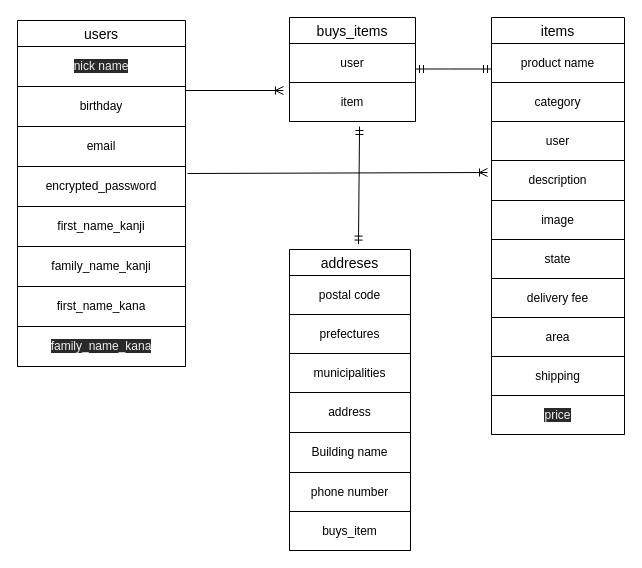
Before: db.dio in Toya32/furima-31907, a draw.io diagram. Source tidied: cells renumbered, new cells numbered last; positions are measured from the earlier drawing's top-left corner, leaving out a move shared by most shapes. Both pictures are drawn from the tidied source at 100%, with x=0, y=0 at pixel (17, 17).
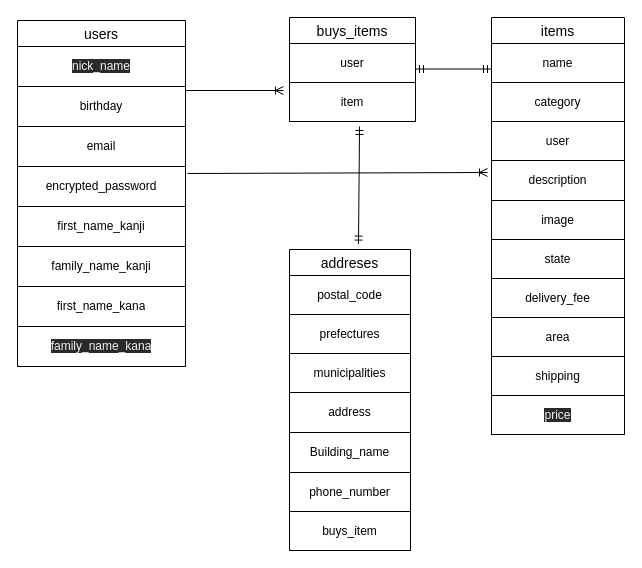
The same page after the edit.

Unchanged cells that the change refers to:
```xml
<mxCell id="5" style="shape=partialRectangle;html=1;whiteSpace=wrap;fillColor=none;top=0;left=0;bottom=0;right=0;" parent="4" vertex="1">
  <mxGeometry width="168" height="40" as="geometry" />
</mxCell>
<mxCell id="23" style="shape=partialRectangle;html=1;whiteSpace=wrap;fillColor=none;top=0;left=0;bottom=0;right=0;" parent="22" vertex="1">
  <mxGeometry width="121" height="39" as="geometry" />
</mxCell>
<mxCell id="31" style="shape=partialRectangle;html=1;whiteSpace=wrap;fillColor=none;top=0;left=0;bottom=0;right=0;" parent="22" vertex="1">
  <mxGeometry y="157" width="121" height="40" as="geometry" />
</mxCell>
<mxCell id="33" style="shape=partialRectangle;html=1;whiteSpace=wrap;fillColor=none;top=0;left=0;bottom=0;right=0;" parent="22" vertex="1">
  <mxGeometry y="197" width="121" height="39" as="geometry" />
</mxCell>
<mxCell id="39" style="shape=partialRectangle;html=1;whiteSpace=wrap;fillColor=none;top=0;left=0;bottom=0;right=0;" parent="38" vertex="1">
  <mxGeometry width="133" height="39" as="geometry" />
</mxCell>
<mxCell id="51" style="shape=partialRectangle;html=1;whiteSpace=wrap;fillColor=none;top=0;left=0;bottom=0;right=0;" parent="38" vertex="1">
  <mxGeometry y="235" width="133" height="39" as="geometry" />
</mxCell>
```

Change to the diagram source:
```diff
@@
-    <mxCell id="6" value="&lt;span style=&quot;color: rgb(240 , 240 , 240) ; font-family: &amp;#34;helvetica&amp;#34; ; font-size: 12px ; font-style: normal ; font-weight: 400 ; letter-spacing: normal ; text-align: left ; text-indent: 0px ; text-transform: none ; word-spacing: 0px ; background-color: rgb(42 , 42 , 42) ; display: inline ; float: none&quot;&gt;nick name&lt;/span&gt;" style="shape=partialRectangle;html=1;whiteSpace=wrap;overflow=hidden;fillColor=none;top=0;left=0;bottom=0;right=0;" parent="5" vertex="1">
+    <mxCell id="6" value="&lt;span style=&quot;color: rgb(240 , 240 , 240) ; font-family: &amp;#34;helvetica&amp;#34; ; font-size: 12px ; font-style: normal ; font-weight: 400 ; letter-spacing: normal ; text-align: left ; text-indent: 0px ; text-transform: none ; word-spacing: 0px ; background-color: rgb(42 , 42 , 42) ; display: inline ; float: none&quot;&gt;nick_name&lt;/span&gt;" style="shape=partialRectangle;html=1;whiteSpace=wrap;overflow=hidden;fillColor=none;top=0;left=0;bottom=0;right=0;" parent="5" vertex="1">
       <mxGeometry width="168" height="40" as="geometry" />
     </mxCell>
@@
-    <mxCell id="24" value="postal code" style="shape=partialRectangle;html=1;whiteSpace=wrap;overflow=hidden;fillColor=none;top=0;left=0;bottom=0;right=0;" parent="23" vertex="1">
+    <mxCell id="24" value="postal_code" style="shape=partialRectangle;html=1;whiteSpace=wrap;overflow=hidden;fillColor=none;top=0;left=0;bottom=0;right=0;" parent="23" vertex="1">
       <mxGeometry width="121" height="39" as="geometry" />
     </mxCell>
@@
-    <mxCell id="32" value="Building name" style="shape=partialRectangle;html=1;whiteSpace=wrap;overflow=hidden;fillColor=none;top=0;left=0;bottom=0;right=0;" parent="31" vertex="1">
+    <mxCell id="32" value="Building_name" style="shape=partialRectangle;html=1;whiteSpace=wrap;overflow=hidden;fillColor=none;top=0;left=0;bottom=0;right=0;" parent="31" vertex="1">
       <mxGeometry width="121" height="40" as="geometry" />
     </mxCell>
@@
-    <mxCell id="34" value="phone number" style="shape=partialRectangle;html=1;whiteSpace=wrap;overflow=hidden;fillColor=none;top=0;left=0;bottom=0;right=0;" parent="33" vertex="1">
+    <mxCell id="34" value="phone_number" style="shape=partialRectangle;html=1;whiteSpace=wrap;overflow=hidden;fillColor=none;top=0;left=0;bottom=0;right=0;" parent="33" vertex="1">
       <mxGeometry width="121" height="39" as="geometry" />
     </mxCell>
@@
-    <mxCell id="40" value="product name" style="shape=partialRectangle;html=1;whiteSpace=wrap;overflow=hidden;fillColor=none;top=0;left=0;bottom=0;right=0;" parent="39" vertex="1">
+    <mxCell id="40" value="name" style="shape=partialRectangle;html=1;whiteSpace=wrap;overflow=hidden;fillColor=none;top=0;left=0;bottom=0;right=0;" parent="39" vertex="1">
       <mxGeometry width="133" height="39" as="geometry" />
     </mxCell>
@@
-    <mxCell id="52" value="delivery fee" style="shape=partialRectangle;html=1;whiteSpace=wrap;overflow=hidden;fillColor=none;top=0;left=0;bottom=0;right=0;" parent="51" vertex="1">
+    <mxCell id="52" value="delivery_fee" style="shape=partialRectangle;html=1;whiteSpace=wrap;overflow=hidden;fillColor=none;top=0;left=0;bottom=0;right=0;" parent="51" vertex="1">
       <mxGeometry width="133" height="39" as="geometry" />
     </mxCell>
```
